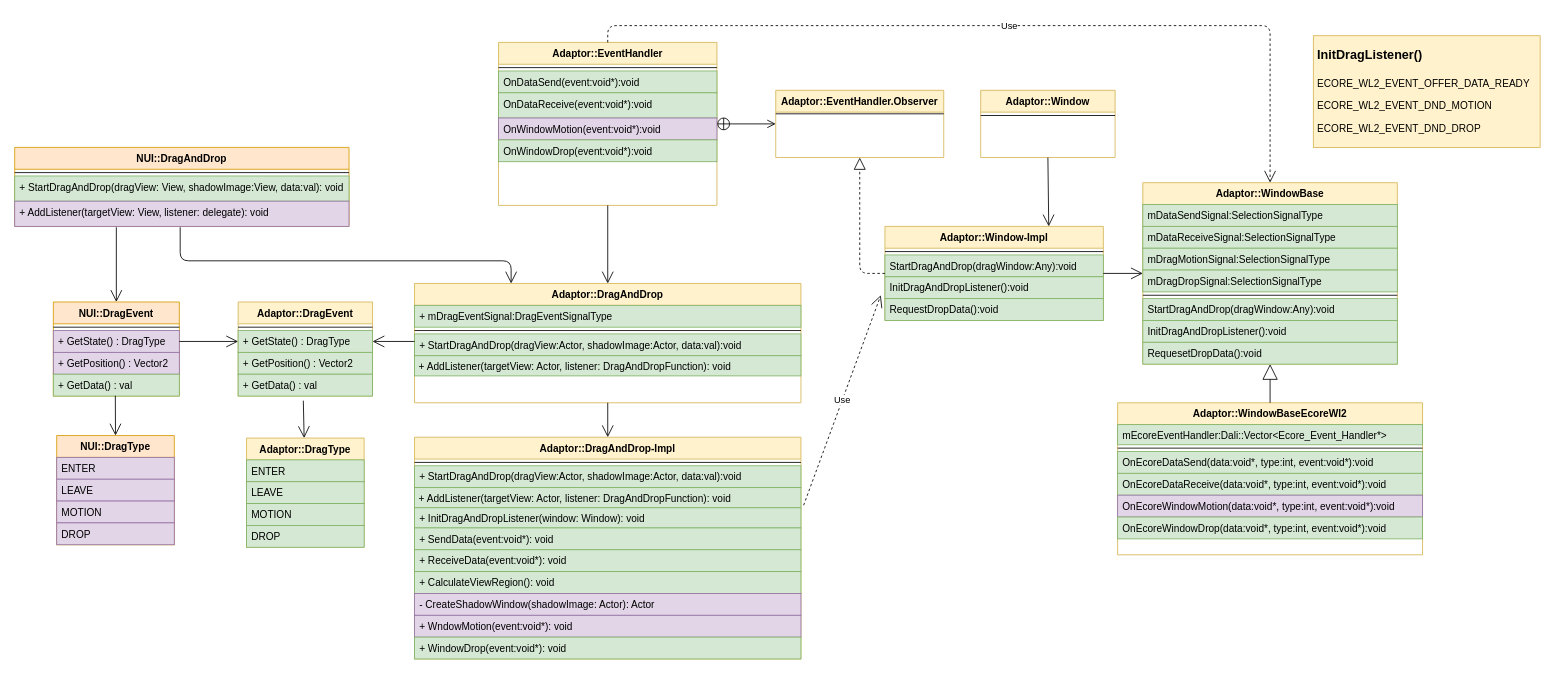
The draw.io diagram page "Page-4" (4 of 10) of Untitled Diagram.drawio in taehyub/drawio, before the edit. Source tidied: cells renumbered, new cells numbered last; positions are measured from the earlier drawing's top-left corner, leaving out a move shared by most shapes. Both pictures are drawn from the tidied source at 84%, with x=0, y=0 at pixel (14, 25).
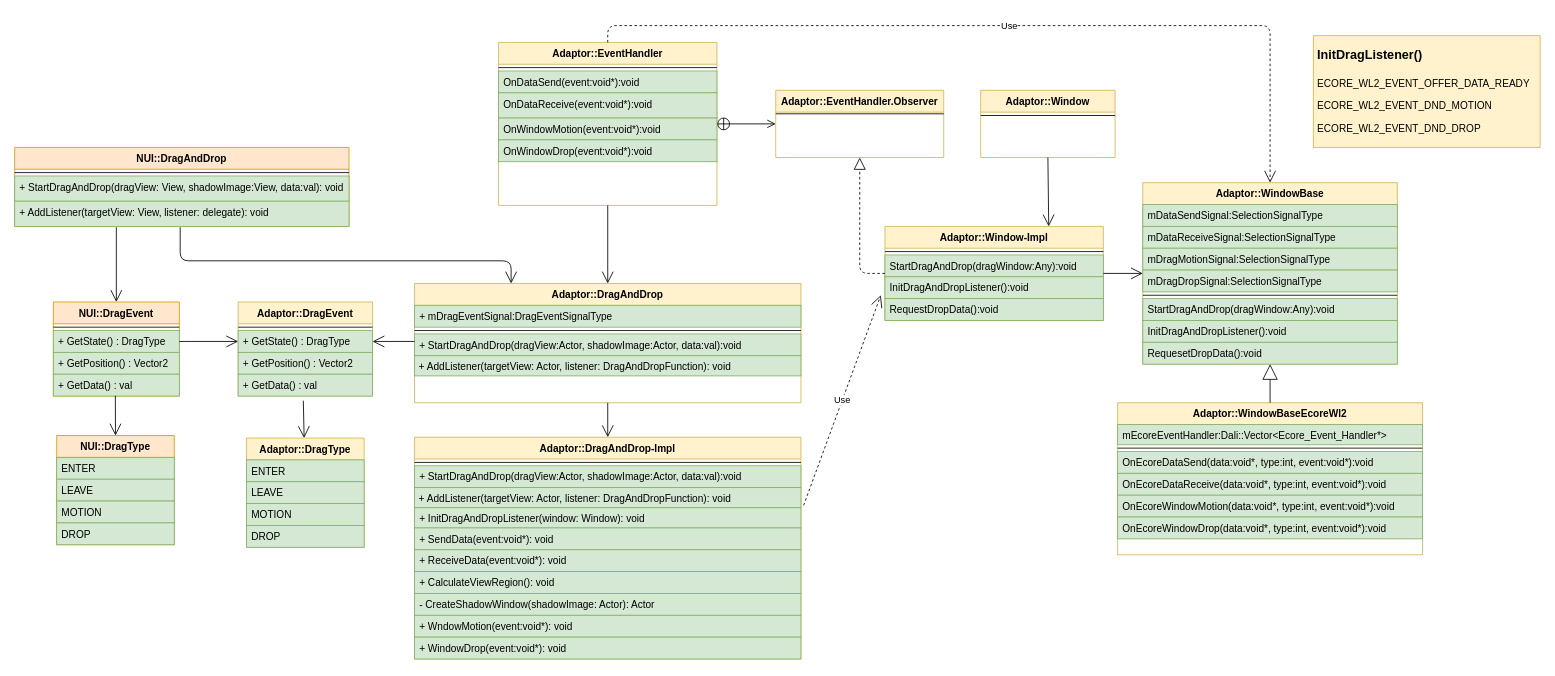
After the change.

The change refers to these unchanged cells:
```xml
<mxCell id="2" value="NUI::DragAndDrop" style="swimlane;fontStyle=1;align=center;verticalAlign=top;horizontal=1;startSize=26;fillColor=#ffe6cc;strokeColor=#d79b00;" parent="1" vertex="1">
  <mxGeometry y="145" width="398" height="94" as="geometry" />
</mxCell>
<mxCell id="11" value="Adaptor::DragAndDrop-Impl" style="swimlane;fontStyle=1;align=center;verticalAlign=top;horizontal=1;startSize=26;rounded=0;shadow=0;strokeWidth=1;fillColor=#fff2cc;strokeColor=#d6b656;fontColor=default;" parent="1" vertex="1">
  <mxGeometry x="476" y="490" width="460" height="264" as="geometry" />
</mxCell>
<mxCell id="31" value="Adaptor::WindowBaseEcoreWl2&#10;" style="swimlane;fontStyle=1;align=center;verticalAlign=top;horizontal=1;startSize=26;rounded=0;shadow=0;strokeWidth=1;fillColor=#fff2cc;strokeColor=#d6b656;" parent="1" vertex="1">
  <mxGeometry x="1313" y="449" width="363" height="181" as="geometry" />
</mxCell>
<mxCell id="47" value="Adaptor::EventHandler" style="swimlane;fontStyle=1;align=center;verticalAlign=top;horizontal=1;startSize=26;rounded=0;shadow=0;strokeWidth=1;fillColor=#fff2cc;strokeColor=#d6b656;" parent="1" vertex="1">
  <mxGeometry x="576" y="20" width="260" height="194" as="geometry" />
</mxCell>
<mxCell id="76" value="NUI::DragEvent" style="swimlane;fontStyle=1;align=center;verticalAlign=top;horizontal=1;startSize=26;fillColor=#ffe6cc;strokeColor=#d79b00;" parent="1" vertex="1">
  <mxGeometry x="46" y="329" width="150" height="112" as="geometry" />
</mxCell>
<mxCell id="82" value="NUI::DragType" style="swimlane;fontStyle=1;horizontal=1;startSize=26;fillColor=#ffe6cc;hachureGap=4;strokeColor=#d79b00;" parent="1" vertex="1">
  <mxGeometry x="50" y="488" width="140" height="130" as="geometry" />
</mxCell>
```

What changed in the source:
```diff
@@
-    <mxCell id="5" value="+ AddListener(targetView: View, listener: delegate): void" style="text;strokeColor=#9673a6;fillColor=#e1d5e7;align=left;verticalAlign=top;spacingLeft=4;spacingRight=4;overflow=hidden;" parent="2" vertex="1">
+    <mxCell id="5" value="+ AddListener(targetView: View, listener: delegate): void" style="text;strokeColor=#82b366;fillColor=#d5e8d4;align=left;verticalAlign=top;spacingLeft=4;spacingRight=4;overflow=hidden;" parent="2" vertex="1">
       <mxGeometry y="64" width="398" height="30" as="geometry" />
     </mxCell>
@@
-    <mxCell id="19" value="- CreateShadowWindow(shadowImage: Actor): Actor" style="text;strokeColor=#9673a6;fillColor=#e1d5e7;align=left;verticalAlign=top;spacingLeft=4;spacingRight=4;overflow=hidden;hachureGap=4;" parent="11" vertex="1">
+    <mxCell id="19" value="- CreateShadowWindow(shadowImage: Actor): Actor" style="text;strokeColor=#82b366;fillColor=#d5e8d4;align=left;verticalAlign=top;spacingLeft=4;spacingRight=4;overflow=hidden;hachureGap=4;" parent="11" vertex="1">
       <mxGeometry y="186" width="460" height="26" as="geometry" />
     </mxCell>
-    <mxCell id="20" value="+ WndowMotion(event:void*): void" style="text;strokeColor=#9673a6;fillColor=#e1d5e7;align=left;verticalAlign=top;spacingLeft=4;spacingRight=4;overflow=hidden;hachureGap=4;" parent="11" vertex="1">
+    <mxCell id="20" value="+ WndowMotion(event:void*): void" style="text;strokeColor=#82b366;fillColor=#d5e8d4;align=left;verticalAlign=top;spacingLeft=4;spacingRight=4;overflow=hidden;hachureGap=4;" parent="11" vertex="1">
       <mxGeometry y="212" width="460" height="26" as="geometry" />
     </mxCell>
@@
-    <mxCell id="36" value="OnEcoreWindowMotion(data:void*, type:int, event:void*):void&#10;" style="text;align=left;verticalAlign=top;spacingLeft=4;spacingRight=4;overflow=hidden;hachureGap=4;fillColor=#e1d5e7;strokeColor=#9673a6;" parent="31" vertex="1">
+    <mxCell id="36" value="OnEcoreWindowMotion(data:void*, type:int, event:void*):void&#10;" style="text;align=left;verticalAlign=top;spacingLeft=4;spacingRight=4;overflow=hidden;hachureGap=4;fillColor=#d5e8d4;strokeColor=#82b366;" parent="31" vertex="1">
       <mxGeometry y="110" width="363" height="26" as="geometry" />
     </mxCell>
@@
-    <mxCell id="51" value="OnWindowMotion(event:void*):void" style="text;align=left;verticalAlign=top;spacingLeft=4;spacingRight=4;overflow=hidden;hachureGap=4;fillColor=#e1d5e7;strokeColor=#9673a6;" parent="47" vertex="1">
+    <mxCell id="51" value="OnWindowMotion(event:void*):void" style="text;align=left;verticalAlign=top;spacingLeft=4;spacingRight=4;overflow=hidden;hachureGap=4;fillColor=#d5e8d4;strokeColor=#82b366;" parent="47" vertex="1">
       <mxGeometry y="90" width="260" height="26" as="geometry" />
     </mxCell>
@@
-    <mxCell id="78" value="+ GetState() : DragType" style="text;strokeColor=#9673a6;fillColor=#e1d5e7;align=left;verticalAlign=top;spacingLeft=4;spacingRight=4;overflow=hidden;points=[[0,0.5],[1,0.5]];portConstraint=eastwest;" parent="76" vertex="1">
+    <mxCell id="78" value="+ GetState() : DragType" style="text;strokeColor=#82b366;fillColor=#d5e8d4;align=left;verticalAlign=top;spacingLeft=4;spacingRight=4;overflow=hidden;points=[[0,0.5],[1,0.5]];portConstraint=eastwest;" parent="76" vertex="1">
       <mxGeometry y="34" width="150" height="26" as="geometry" />
     </mxCell>
-    <mxCell id="79" value="+ GetPosition() : Vector2" style="text;strokeColor=#9673a6;fillColor=#e1d5e7;align=left;verticalAlign=top;spacingLeft=4;spacingRight=4;overflow=hidden;" parent="76" vertex="1">
+    <mxCell id="79" value="+ GetPosition() : Vector2" style="text;strokeColor=#82b366;fillColor=#d5e8d4;align=left;verticalAlign=top;spacingLeft=4;spacingRight=4;overflow=hidden;" parent="76" vertex="1">
       <mxGeometry y="60" width="150" height="26" as="geometry" />
     </mxCell>
@@
-    <mxCell id="83" value="ENTER" style="text;strokeColor=#9673a6;fillColor=#e1d5e7;align=left;verticalAlign=top;spacingLeft=4;spacingRight=4;overflow=hidden;" parent="82" vertex="1">
+    <mxCell id="83" value="ENTER" style="text;strokeColor=#82b366;fillColor=#d5e8d4;align=left;verticalAlign=top;spacingLeft=4;spacingRight=4;overflow=hidden;" parent="82" vertex="1">
       <mxGeometry y="26" width="140" height="26" as="geometry" />
     </mxCell>
-    <mxCell id="84" value="LEAVE" style="text;strokeColor=#9673a6;fillColor=#e1d5e7;align=left;verticalAlign=top;spacingLeft=4;spacingRight=4;overflow=hidden;" parent="82" vertex="1">
+    <mxCell id="84" value="LEAVE" style="text;strokeColor=#82b366;fillColor=#d5e8d4;align=left;verticalAlign=top;spacingLeft=4;spacingRight=4;overflow=hidden;" parent="82" vertex="1">
       <mxGeometry y="52" width="140" height="26" as="geometry" />
     </mxCell>
-    <mxCell id="85" value="MOTION" style="text;strokeColor=#9673a6;fillColor=#e1d5e7;align=left;verticalAlign=top;spacingLeft=4;spacingRight=4;overflow=hidden;" parent="82" vertex="1">
+    <mxCell id="85" value="MOTION" style="text;strokeColor=#82b366;fillColor=#d5e8d4;align=left;verticalAlign=top;spacingLeft=4;spacingRight=4;overflow=hidden;" parent="82" vertex="1">
       <mxGeometry y="78" width="140" height="26" as="geometry" />
     </mxCell>
-    <mxCell id="86" value="DROP" style="text;strokeColor=#9673a6;fillColor=#e1d5e7;align=left;verticalAlign=top;spacingLeft=4;spacingRight=4;overflow=hidden;" parent="82" vertex="1">
+    <mxCell id="86" value="DROP" style="text;strokeColor=#82b366;fillColor=#d5e8d4;align=left;verticalAlign=top;spacingLeft=4;spacingRight=4;overflow=hidden;" parent="82" vertex="1">
       <mxGeometry y="104" width="140" height="26" as="geometry" />
     </mxCell>
```
